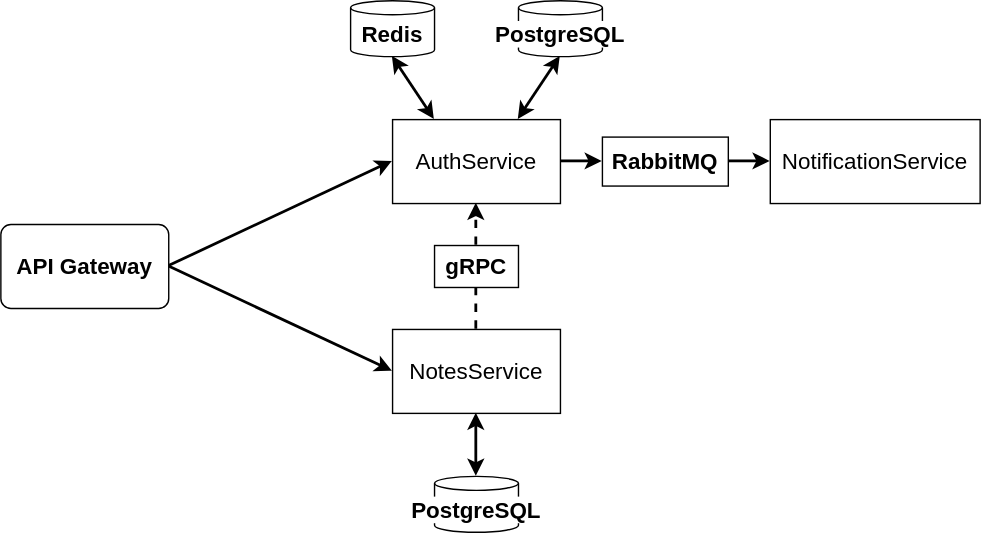
Before: diagram.svg, a diagram exported from draw.io (tynou/backend). Source tidied: cells renumbered, new cells last; positions are measured from the earlier drawing's top-left corner, leaving out a move shared by most shapes. Its diagram source:
```xml
<mxGraphModel>
  <root>
    <mxCell id="0" />
    <mxCell id="1" parent="0" />
    <mxCell id="2" style="rounded=0;jettySize=auto;html=1;strokeWidth=2;entryX=0;entryY=0.5;entryDx=0;entryDy=0;labelBackgroundColor=none;fontColor=default;exitX=1;exitY=0.5;exitDx=0;exitDy=0;" parent="1" edge="1" source="4" target="6">
      <mxGeometry relative="1" as="geometry" />
    </mxCell>
    <mxCell id="3" style="rounded=1;jettySize=auto;html=1;exitX=1;exitY=0.5;exitDx=0;exitDy=0;entryX=0;entryY=0.5;entryDx=0;entryDy=0;elbow=vertical;strokeWidth=2;labelBackgroundColor=none;fontColor=default;" parent="1" edge="1" source="4" target="8">
      <mxGeometry relative="1" as="geometry" />
    </mxCell>
    <mxCell id="4" value="API Gateway" style="rounded=1;whiteSpace=wrap;html=1;fontFamily=Helvetica;fontStyle=1;fontSize=16;perimeterSpacing=0;strokeWidth=1;arcSize=12;labelBackgroundColor=none;" parent="1" vertex="1">
      <mxGeometry y="160" width="120" height="60" as="geometry" />
    </mxCell>
    <mxCell id="5" style="edgeStyle=orthogonalEdgeStyle;rounded=0;jettySize=auto;html=1;entryX=0.5;entryY=1;entryDx=0;entryDy=0;strokeWidth=2;labelBorderColor=none;labelBackgroundColor=default;dashed=1;" parent="1" edge="1" source="6" target="8">
      <mxGeometry relative="1" as="geometry" />
    </mxCell>
    <mxCell id="6" value="NotesService" style="rounded=0;whiteSpace=wrap;html=1;fontSize=16;labelBackgroundColor=none;" parent="1" vertex="1">
      <mxGeometry x="280" y="235" width="120" height="60" as="geometry" />
    </mxCell>
    <mxCell id="7" style="edgeStyle=orthogonalEdgeStyle;rounded=0;jettySize=auto;html=1;exitX=1;exitY=0.5;exitDx=0;exitDy=0;entryX=0;entryY=0.5;entryDx=0;entryDy=0;strokeWidth=2;" parent="1" edge="1" source="8" target="13">
      <mxGeometry relative="1" as="geometry" />
    </mxCell>
    <mxCell id="8" value="AuthService" style="rounded=0;whiteSpace=wrap;html=1;fontSize=16;labelBackgroundColor=none;" parent="1" vertex="1">
      <mxGeometry x="280" y="85" width="120" height="60" as="geometry" />
    </mxCell>
    <mxCell id="9" value="gRPC" style="rounded=0;whiteSpace=wrap;html=1;fontSize=16;fontStyle=1;" parent="1" vertex="1">
      <mxGeometry x="310" y="175" width="60" height="30" as="geometry" />
    </mxCell>
    <mxCell id="10" value="Redis" style="shape=cylinder3;whiteSpace=wrap;html=1;boundedLbl=1;backgroundOutline=1;size=5.000030517578125;fontSize=16;fontStyle=1;" parent="1" vertex="1">
      <mxGeometry x="250" width="60" height="40" as="geometry" />
    </mxCell>
    <mxCell id="11" style="rounded=0;jettySize=auto;html=1;exitX=0.25;exitY=0;exitDx=0;exitDy=0;entryX=0.5;entryY=1;entryDx=0;entryDy=0;entryPerimeter=0;startArrow=classic;startFill=1;strokeWidth=2;" parent="1" edge="1" source="8" target="10">
      <mxGeometry relative="1" as="geometry" />
    </mxCell>
    <mxCell id="12" style="edgeStyle=orthogonalEdgeStyle;rounded=0;jettySize=auto;html=1;exitX=1;exitY=0.5;exitDx=0;exitDy=0;entryX=0;entryY=0.5;entryDx=0;entryDy=0;strokeWidth=2;" parent="1" edge="1" source="13" target="14">
      <mxGeometry relative="1" as="geometry" />
    </mxCell>
    <mxCell id="13" value="RabbitMQ" style="rounded=0;whiteSpace=wrap;html=1;fontSize=16;fontStyle=1;" parent="1" vertex="1">
      <mxGeometry x="430" y="97.5" width="90" height="35" as="geometry" />
    </mxCell>
    <mxCell id="14" value="NotificationService" style="rounded=0;whiteSpace=wrap;html=1;fontSize=16;" parent="1" vertex="1">
      <mxGeometry x="550" y="85" width="150" height="60" as="geometry" />
    </mxCell>
    <mxCell id="15" style="rounded=0;jettySize=auto;html=1;exitX=0.5;exitY=1;exitDx=0;exitDy=0;exitPerimeter=0;entryX=0.75;entryY=0;entryDx=0;entryDy=0;strokeWidth=2;startArrow=classic;startFill=1;" parent="1" edge="1" source="16" target="8">
      <mxGeometry relative="1" as="geometry" />
    </mxCell>
    <mxCell id="16" value="PostgreSQL" style="shape=cylinder3;whiteSpace=wrap;html=1;boundedLbl=1;backgroundOutline=1;size=5.000030517578125;fontSize=16;fontStyle=1;labelBackgroundColor=default;labelBorderColor=none;textShadow=0;" parent="1" vertex="1">
      <mxGeometry x="370" width="60" height="40" as="geometry" />
    </mxCell>
    <mxCell id="17" style="edgeStyle=orthogonalEdgeStyle;rounded=0;jettySize=auto;html=1;exitX=0.5;exitY=0;exitDx=0;exitDy=0;exitPerimeter=0;entryX=0.5;entryY=1;entryDx=0;entryDy=0;startArrow=classic;startFill=1;strokeWidth=2;" parent="1" edge="1" source="18" target="6">
      <mxGeometry relative="1" as="geometry" />
    </mxCell>
    <mxCell id="18" value="PostgreSQL" style="shape=cylinder3;whiteSpace=wrap;html=1;boundedLbl=1;backgroundOutline=1;size=5.000030517578125;fontSize=16;fontStyle=1;labelBackgroundColor=default;labelBorderColor=none;textShadow=0;" parent="1" vertex="1">
      <mxGeometry x="310" y="340" width="60" height="40" as="geometry" />
    </mxCell>
  </root>
</mxGraphModel>
```
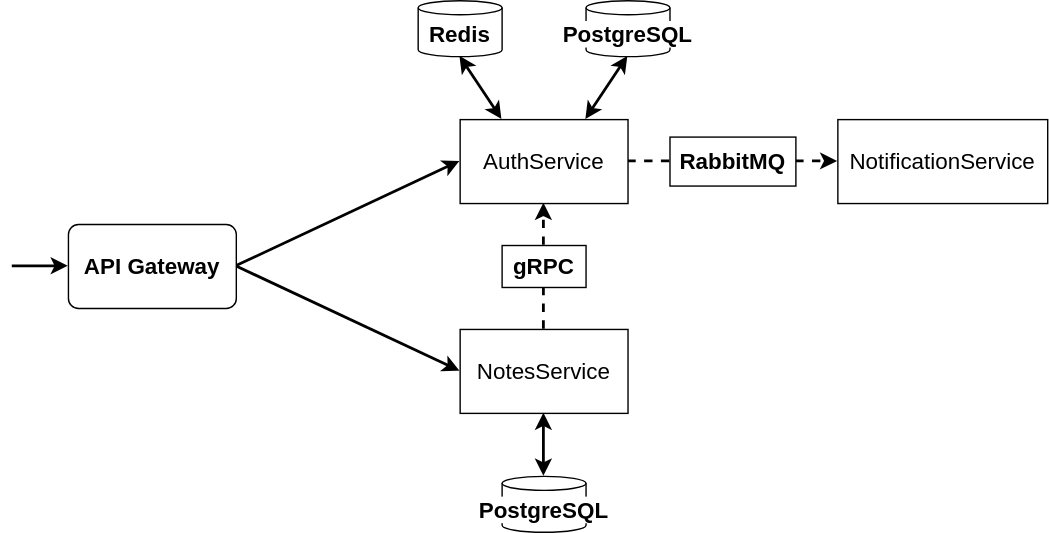
After the change.

Diff of the diagram source:
```diff
@@ -8,6 +8,11 @@
     <mxCell id="3" style="rounded=1;jettySize=auto;html=1;exitX=1;exitY=0.5;exitDx=0;exitDy=0;entryX=0;entryY=0.5;entryDx=0;entryDy=0;elbow=vertical;strokeWidth=2;labelBackgroundColor=none;fontColor=default;" parent="1" edge="1" source="4" target="8">
       <mxGeometry relative="1" as="geometry" />
     </mxCell>
+    <mxCell id="19" style="edgeStyle=orthogonalEdgeStyle;rounded=0;jettySize=auto;html=1;exitX=0;exitY=0.5;exitDx=0;exitDy=0;startArrow=classic;startFill=1;endArrow=none;endFill=0;strokeWidth=2;" parent="1" edge="1" source="4">
+      <mxGeometry relative="1" as="geometry">
+        <mxPoint x="-40" y="190" as="targetPoint" />
+      </mxGeometry>
+    </mxCell>
     <mxCell id="4" value="API Gateway" style="rounded=1;whiteSpace=wrap;html=1;fontFamily=Helvetica;fontStyle=1;fontSize=16;perimeterSpacing=0;strokeWidth=1;arcSize=12;labelBackgroundColor=none;" parent="1" vertex="1">
       <mxGeometry y="160" width="120" height="60" as="geometry" />
     </mxCell>
@@ -17,7 +22,7 @@
     <mxCell id="6" value="NotesService" style="rounded=0;whiteSpace=wrap;html=1;fontSize=16;labelBackgroundColor=none;" parent="1" vertex="1">
       <mxGeometry x="280" y="235" width="120" height="60" as="geometry" />
     </mxCell>
-    <mxCell id="7" style="edgeStyle=orthogonalEdgeStyle;rounded=0;jettySize=auto;html=1;exitX=1;exitY=0.5;exitDx=0;exitDy=0;entryX=0;entryY=0.5;entryDx=0;entryDy=0;strokeWidth=2;" parent="1" edge="1" source="8" target="13">
+    <mxCell id="7" style="edgeStyle=orthogonalEdgeStyle;rounded=0;jettySize=auto;html=1;exitX=1;exitY=0.5;exitDx=0;exitDy=0;strokeWidth=2;entryX=0;entryY=0.5;entryDx=0;entryDy=0;dashed=1;" parent="1" edge="1" source="8" target="14">
       <mxGeometry relative="1" as="geometry" />
     </mxCell>
     <mxCell id="8" value="AuthService" style="rounded=0;whiteSpace=wrap;html=1;fontSize=16;labelBackgroundColor=none;" parent="1" vertex="1">
@@ -32,9 +37,6 @@
     <mxCell id="11" style="rounded=0;jettySize=auto;html=1;exitX=0.25;exitY=0;exitDx=0;exitDy=0;entryX=0.5;entryY=1;entryDx=0;entryDy=0;entryPerimeter=0;startArrow=classic;startFill=1;strokeWidth=2;" parent="1" edge="1" source="8" target="10">
       <mxGeometry relative="1" as="geometry" />
     </mxCell>
-    <mxCell id="12" style="edgeStyle=orthogonalEdgeStyle;rounded=0;jettySize=auto;html=1;exitX=1;exitY=0.5;exitDx=0;exitDy=0;entryX=0;entryY=0.5;entryDx=0;entryDy=0;strokeWidth=2;" parent="1" edge="1" source="13" target="14">
-      <mxGeometry relative="1" as="geometry" />
-    </mxCell>
     <mxCell id="13" value="RabbitMQ" style="rounded=0;whiteSpace=wrap;html=1;fontSize=16;fontStyle=1;" parent="1" vertex="1">
       <mxGeometry x="430" y="97.5" width="90" height="35" as="geometry" />
     </mxCell>
```
